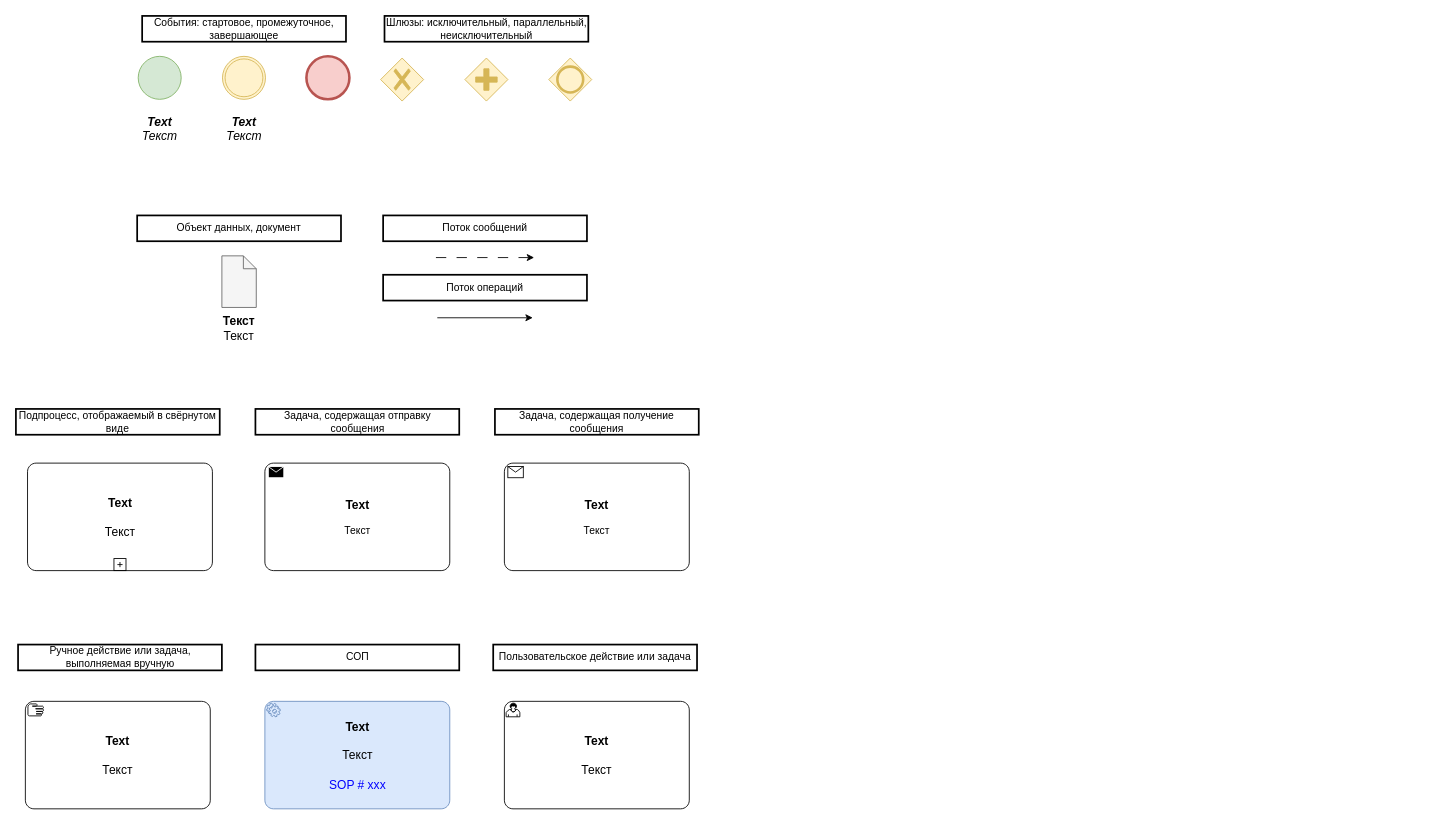
The draw.io diagram Business Process Mapping_Template_v 1.0.drawio in iKoldaev/draw.io.charts, before the edit. Source tidied: cells renumbered, new cells numbered last; positions are measured from the earlier drawing's top-left corner, leaving out a move shared by most shapes. Both pictures are drawn from the tidied source at 86%, with x=0, y=0 at pixel (15, 15).
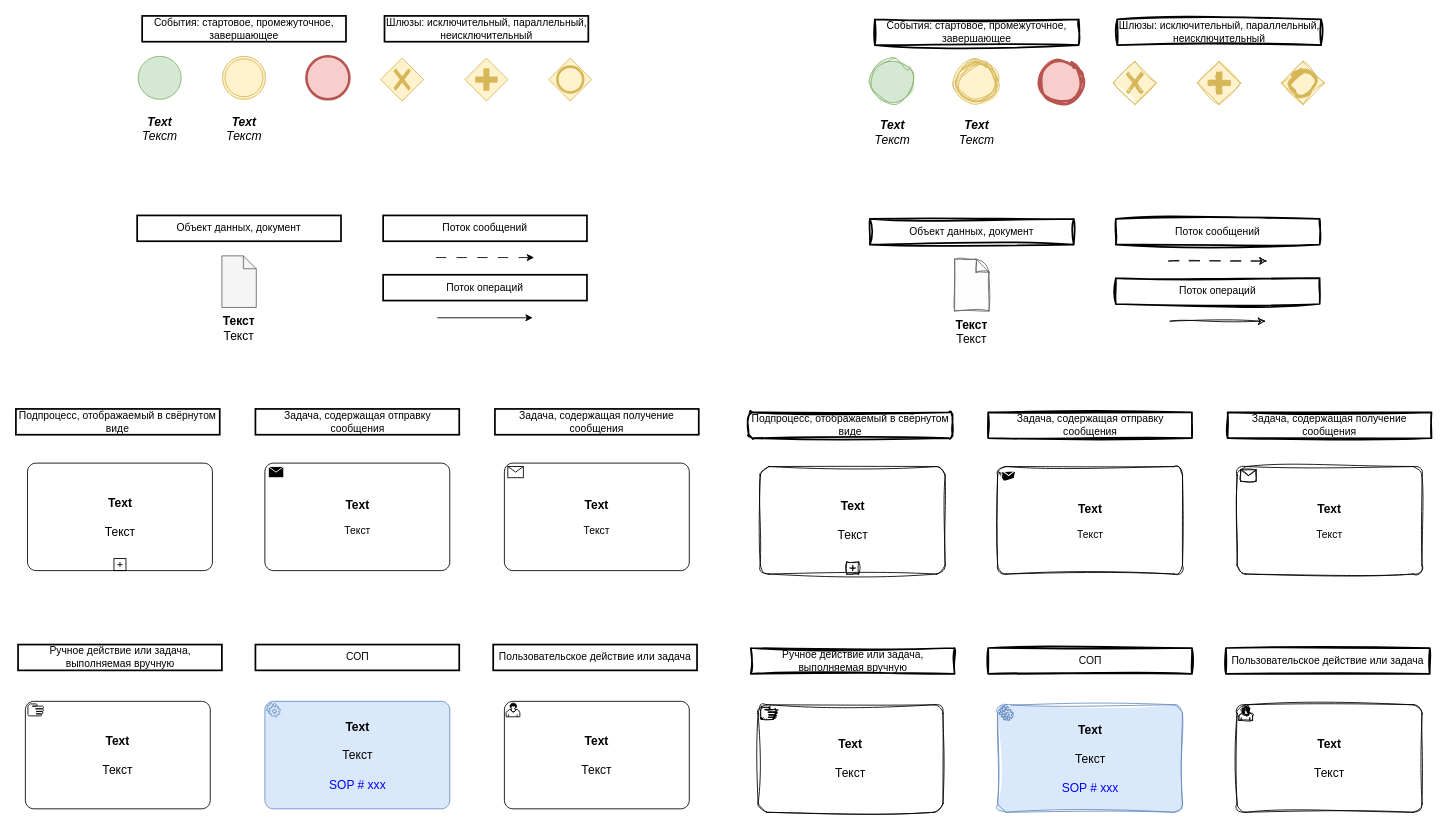
The same page after the edit.

Diff of the diagram source:
```diff
@@
+    <mxCell id="31" style="shape=mxgraph.bpmn.gateway2;html=1;verticalLabelPosition=bottom;labelBackgroundColor=#ffffff;verticalAlign=top;align=center;perimeter=rhombusPerimeter;outline=none;symbol=none;gwType=exclusive;fontSize=14;fillColor=#fff2cc;strokeColor=#d6b656;sketch=1;curveFitting=1;jiggle=2;fillStyle=solid;" parent="1" vertex="1">
+      <mxGeometry x="1276.1" y="53" width="50" height="50" as="geometry" />
+    </mxCell>
+    <mxCell id="32" style="shape=mxgraph.bpmn.gateway2;html=1;verticalLabelPosition=bottom;labelBackgroundColor=#ffffff;verticalAlign=top;align=center;perimeter=rhombusPerimeter;outline=none;symbol=none;gwType=parallel;fontSize=14;fillColor=#fff2cc;strokeColor=#d6b656;sketch=1;curveFitting=1;jiggle=2;fillStyle=solid;" parent="1" vertex="1">
+      <mxGeometry x="1374.1" y="53" width="50" height="50" as="geometry" />
+    </mxCell>
+    <mxCell id="33" style="shape=mxgraph.bpmn.event;html=1;verticalLabelPosition=bottom;labelBackgroundColor=#ffffff;verticalAlign=top;align=center;perimeter=ellipsePerimeter;outline=standard;symbol=general;fillColor=#d5e8d4;strokeColor=#82b366;fontSize=14;sketch=1;curveFitting=1;jiggle=2;fillStyle=solid;" parent="1" vertex="1">
+      <mxGeometry x="994.2" y="51" width="50" height="50" as="geometry" />
+    </mxCell>
+    <mxCell id="34" style="shape=mxgraph.bpmn.event;html=1;verticalLabelPosition=bottom;labelBackgroundColor=#ffffff;verticalAlign=top;align=center;perimeter=ellipsePerimeter;outline=throwing;symbol=general;fillColor=#fff2cc;strokeColor=#d6b656;fontSize=14;sketch=1;curveFitting=1;jiggle=2;fillStyle=solid;" parent="1" vertex="1">
+      <mxGeometry x="1092.2" y="51" width="50" height="50" as="geometry" />
+    </mxCell>
+    <mxCell id="35" value="&lt;b style=&quot;border-color: var(--border-color);&quot;&gt;Text&lt;br style=&quot;border-color: var(--border-color);&quot;&gt;&lt;/b&gt;&lt;br style=&quot;border-color: var(--border-color);&quot;&gt;Текст" style="shape=mxgraph.bpmn.task;whiteSpace=wrap;rectStyle=rounded;size=10;html=1;taskMarker=manual;fontSize=14;sketch=1;curveFitting=1;jiggle=2;fillStyle=solid;" parent="1" vertex="1">
+      <mxGeometry x="863" y="801" width="215" height="125" as="geometry" />
+    </mxCell>
+    <mxCell id="36" value="&lt;b&gt;Text&lt;br&gt;&lt;/b&gt;&lt;br style=&quot;font-size: 14px;&quot;&gt;Текст&lt;br&gt;&lt;font color=&quot;#0000ff&quot;&gt;&lt;br&gt;SOP # xxx&lt;/font&gt;" style="shape=mxgraph.bpmn.task;whiteSpace=wrap;rectStyle=rounded;size=10;html=1;taskMarker=service;fillColor=#dae8fc;strokeColor=#6c8ebf;fontSize=14;verticalAlign=middle;sketch=1;curveFitting=1;jiggle=2;fillStyle=solid;" parent="1" vertex="1">
+      <mxGeometry x="1141.5" y="801" width="215" height="125" as="geometry" />
+    </mxCell>
+    <mxCell id="37" style="edgeStyle=orthogonalEdgeStyle;rounded=0;orthogonalLoop=1;jettySize=auto;html=1;dashed=1;dashPattern=12 12;fontSize=14;sketch=1;curveFitting=1;jiggle=2;" parent="1" edge="1">
+      <mxGeometry relative="1" as="geometry">
+        <mxPoint x="1340.4" y="285" as="sourcePoint" />
+        <mxPoint x="1454.6" y="285" as="targetPoint" />
+      </mxGeometry>
+    </mxCell>
+    <mxCell id="38" style="shape=mxgraph.bpmn.data;labelPosition=center;verticalLabelPosition=bottom;align=center;verticalAlign=top;size=15;html=1;fillColor=#f5f5f5;fontColor=#333333;strokeColor=#666666;fontSize=14;sketch=1;curveFitting=1;jiggle=2;" parent="1" vertex="1">
+      <mxGeometry x="1091.5" y="283" width="40" height="60" as="geometry" />
+    </mxCell>
+    <mxCell id="39" value="&lt;b&gt;Текст&lt;/b&gt;&lt;br&gt;Текст" style="text;html=1;strokeColor=none;fillColor=none;align=center;verticalAlign=middle;whiteSpace=wrap;rounded=0;fontSize=14;sketch=1;curveFitting=1;jiggle=2;" parent="1" vertex="1">
+      <mxGeometry x="1076.2" y="349" width="70.5" height="36" as="geometry" />
+    </mxCell>
+    <mxCell id="40" value="&lt;font style=&quot;&quot;&gt;&lt;b style=&quot;border-color: var(--border-color);&quot;&gt;Text&lt;br style=&quot;border-color: var(--border-color);&quot;&gt;&lt;/b&gt;&lt;br style=&quot;border-color: var(--border-color);&quot;&gt;Текст&lt;br style=&quot;font-size: 14px;&quot;&gt;&lt;/font&gt;" style="shape=mxgraph.bpmn.task;whiteSpace=wrap;rectStyle=rounded;size=10;html=1;taskMarker=user;fontSize=14;sketch=1;curveFitting=1;jiggle=2;fillStyle=solid;" parent="1" vertex="1">
+      <mxGeometry x="1420" y="801" width="215" height="125" as="geometry" />
+    </mxCell>
+    <mxCell id="41" value="&lt;b style=&quot;border-color: var(--border-color);&quot;&gt;Text&lt;br style=&quot;border-color: var(--border-color);&quot;&gt;&lt;/b&gt;&lt;br style=&quot;border-color: var(--border-color);&quot;&gt;Текст" style="shape=mxgraph.bpmn.task;whiteSpace=wrap;rectStyle=rounded;size=10;html=1;taskMarker=abstract;isLoopSub=1;fontSize=14;sketch=1;curveFitting=1;jiggle=2;" parent="1" vertex="1">
+      <mxGeometry x="865.5" y="524" width="215" height="125" as="geometry" />
+    </mxCell>
+    <mxCell id="42" value="&lt;i&gt;&lt;b&gt;Text&lt;/b&gt;&lt;br&gt;&lt;/i&gt;&lt;i style=&quot;&quot;&gt;Текст&lt;br&gt;&lt;/i&gt;" style="text;html=1;strokeColor=none;fillColor=none;align=center;verticalAlign=middle;whiteSpace=wrap;rounded=0;fontSize=14;sketch=1;curveFitting=1;jiggle=2;" parent="1" vertex="1">
+      <mxGeometry x="1084" y="111" width="66.5" height="48" as="geometry" />
+    </mxCell>
+    <mxCell id="43" value="&lt;i&gt;&lt;b&gt;Text&lt;/b&gt;&lt;br&gt;&lt;/i&gt;&lt;i style=&quot;&quot;&gt;Текст&lt;br&gt;&lt;/i&gt;" style="text;html=1;strokeColor=none;fillColor=none;align=center;verticalAlign=middle;whiteSpace=wrap;rounded=0;fontSize=14;sketch=1;curveFitting=1;jiggle=2;" parent="1" vertex="1">
+      <mxGeometry x="986" y="111" width="66.5" height="48" as="geometry" />
+    </mxCell>
+    <mxCell id="44" style="edgeStyle=orthogonalEdgeStyle;rounded=0;orthogonalLoop=1;jettySize=auto;html=1;sketch=1;curveFitting=1;jiggle=2;" parent="1" edge="1">
+      <mxGeometry relative="1" as="geometry">
+        <mxPoint x="1342" y="355" as="sourcePoint" />
+        <mxPoint x="1453" y="355" as="targetPoint" />
+      </mxGeometry>
+    </mxCell>
+    <mxCell id="45" style="shape=mxgraph.bpmn.event;html=1;verticalLabelPosition=bottom;labelBackgroundColor=#ffffff;verticalAlign=top;align=center;perimeter=ellipsePerimeter;outline=end;symbol=terminate2;fillColor=#f8cecc;strokeColor=#b85450;fontSize=14;sketch=1;curveFitting=1;jiggle=2;fillStyle=solid;" parent="1" vertex="1">
+      <mxGeometry x="1189.8" y="51" width="50" height="50" as="geometry" />
+    </mxCell>
+    <mxCell id="46" value="&lt;b style=&quot;border-color: var(--border-color); font-size: 14px;&quot;&gt;Text&lt;br style=&quot;border-color: var(--border-color);&quot;&gt;&lt;/b&gt;&lt;br style=&quot;border-color: var(--border-color); font-size: 14px;&quot;&gt;Текст" style="shape=mxgraph.bpmn.task;whiteSpace=wrap;rectStyle=rounded;size=10;html=1;taskMarker=send;sketch=1;curveFitting=1;jiggle=2;fillStyle=solid;" parent="1" vertex="1">
+      <mxGeometry x="1141.5" y="524" width="215" height="125" as="geometry" />
+    </mxCell>
+    <mxCell id="47" value="&lt;b style=&quot;border-color: var(--border-color); font-size: 14px;&quot;&gt;Text&lt;br style=&quot;border-color: var(--border-color);&quot;&gt;&lt;/b&gt;&lt;br style=&quot;border-color: var(--border-color); font-size: 14px;&quot;&gt;Текст" style="shape=mxgraph.bpmn.task;whiteSpace=wrap;rectStyle=rounded;size=10;html=1;taskMarker=receive;sketch=1;curveFitting=1;jiggle=2;" parent="1" vertex="1">
+      <mxGeometry x="1420" y="524" width="215" height="125" as="geometry" />
+    </mxCell>
+    <mxCell id="48" style="shape=mxgraph.bpmn.gateway2;html=1;verticalLabelPosition=bottom;labelBackgroundColor=#ffffff;verticalAlign=top;align=center;perimeter=rhombusPerimeter;outline=end;symbol=general;fillColor=#fff2cc;strokeColor=#d6b656;sketch=1;curveFitting=1;jiggle=2;fillStyle=solid;" parent="1" vertex="1">
+      <mxGeometry x="1471.6" y="53" width="50" height="50" as="geometry" />
+    </mxCell>
+    <mxCell id="49" value="События: стартовое, промежуточное, завершающее" style="text;html=1;strokeColor=default;fillColor=none;align=center;verticalAlign=middle;whiteSpace=wrap;rounded=0;perimeterSpacing=1;strokeWidth=2;sketch=1;curveFitting=1;jiggle=2;" parent="1" vertex="1">
+      <mxGeometry x="998.8" y="4" width="237" height="30" as="geometry" />
+    </mxCell>
+    <mxCell id="50" value="Шлюзы: исключительный, параллельный, неисключительный" style="text;html=1;strokeColor=default;fillColor=none;align=center;verticalAlign=middle;whiteSpace=wrap;rounded=0;perimeterSpacing=1;strokeWidth=2;sketch=1;curveFitting=1;jiggle=2;" parent="1" vertex="1">
+      <mxGeometry x="1280.6" y="4" width="237" height="30" as="geometry" />
+    </mxCell>
+    <mxCell id="51" value="Ручное действие или задача, выполняемая вручную" style="text;html=1;strokeColor=default;fillColor=none;align=center;verticalAlign=middle;whiteSpace=wrap;rounded=0;perimeterSpacing=1;strokeWidth=2;sketch=1;curveFitting=1;jiggle=2;" parent="1" vertex="1">
+      <mxGeometry x="854.5" y="735" width="237" height="30" as="geometry" />
+    </mxCell>
+    <mxCell id="52" value="СОП" style="text;html=1;strokeColor=default;fillColor=none;align=center;verticalAlign=middle;whiteSpace=wrap;rounded=0;perimeterSpacing=1;strokeWidth=2;sketch=1;curveFitting=1;jiggle=2;" parent="1" vertex="1">
+      <mxGeometry x="1130.5" y="735" width="237" height="30" as="geometry" />
+    </mxCell>
+    <mxCell id="53" value="Пользовательское действие или задача" style="text;html=1;strokeColor=default;fillColor=none;align=center;verticalAlign=middle;whiteSpace=wrap;rounded=0;perimeterSpacing=1;strokeWidth=2;sketch=1;curveFitting=1;jiggle=2;" parent="1" vertex="1">
+      <mxGeometry x="1407" y="735" width="237" height="30" as="geometry" />
+    </mxCell>
+    <mxCell id="54" value="Подпроцесс, отображаемый в свёрнутом виде" style="text;html=1;strokeColor=default;fillColor=none;align=center;verticalAlign=middle;whiteSpace=wrap;rounded=1;perimeterSpacing=1;strokeWidth=2;sketch=1;curveFitting=1;jiggle=2;glass=0;" parent="1" vertex="1">
+      <mxGeometry x="852" y="461" width="237" height="30" as="geometry" />
+    </mxCell>
+    <mxCell id="55" value="Задача, содержащая отправку сообщения" style="text;html=1;strokeColor=default;fillColor=none;align=center;verticalAlign=middle;whiteSpace=wrap;rounded=0;perimeterSpacing=1;strokeWidth=2;sketch=1;curveFitting=1;jiggle=2;" parent="1" vertex="1">
+      <mxGeometry x="1130.5" y="461" width="237" height="30" as="geometry" />
+    </mxCell>
+    <mxCell id="56" value="Задача, содержащая получение сообщения" style="text;html=1;strokeColor=default;fillColor=none;align=center;verticalAlign=middle;whiteSpace=wrap;rounded=0;perimeterSpacing=1;strokeWidth=2;sketch=1;curveFitting=1;jiggle=2;" parent="1" vertex="1">
+      <mxGeometry x="1409" y="461" width="237" height="30" as="geometry" />
+    </mxCell>
+    <mxCell id="57" value="Поток сообщений" style="text;html=1;strokeColor=default;fillColor=none;align=center;verticalAlign=middle;whiteSpace=wrap;rounded=0;perimeterSpacing=1;strokeWidth=2;sketch=1;curveFitting=1;jiggle=2;" parent="1" vertex="1">
+      <mxGeometry x="1279" y="236" width="237" height="30" as="geometry" />
+    </mxCell>
+    <mxCell id="58" value="Поток операций" style="text;html=1;strokeColor=default;fillColor=none;align=center;verticalAlign=middle;whiteSpace=wrap;rounded=0;perimeterSpacing=1;strokeWidth=2;sketch=1;curveFitting=1;jiggle=2;" parent="1" vertex="1">
+      <mxGeometry x="1279" y="305" width="237" height="30" as="geometry" />
+    </mxCell>
+    <mxCell id="59" value="Объект данных, документ" style="text;html=1;strokeColor=default;fillColor=none;align=center;verticalAlign=middle;whiteSpace=wrap;rounded=0;perimeterSpacing=1;strokeWidth=2;sketch=1;curveFitting=1;jiggle=2;" parent="1" vertex="1">
+      <mxGeometry x="993" y="236" width="237" height="30" as="geometry" />
+    </mxCell>
```
